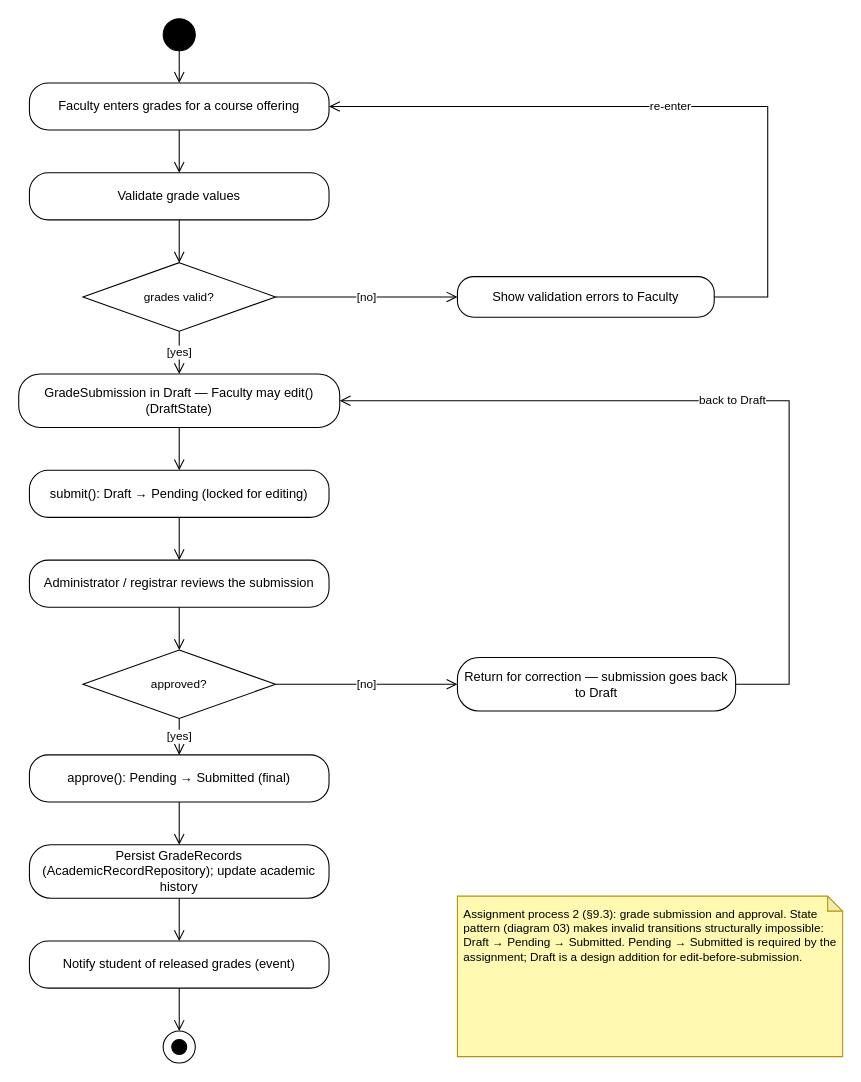
Tharusha-dev/soft_architect_redda keeps this draw.io diagram as Diagrams/Activity_diagrams/act-5-academic-records.drawio. Above is the earlier version. Source tidied: cells renumbered, new cells numbered last; positions are measured from the earlier drawing's top-left corner, leaving out a move shared by most shapes. Both pictures are drawn from the tidied source at 107%, with x=0, y=0 at pixel (18, 18).
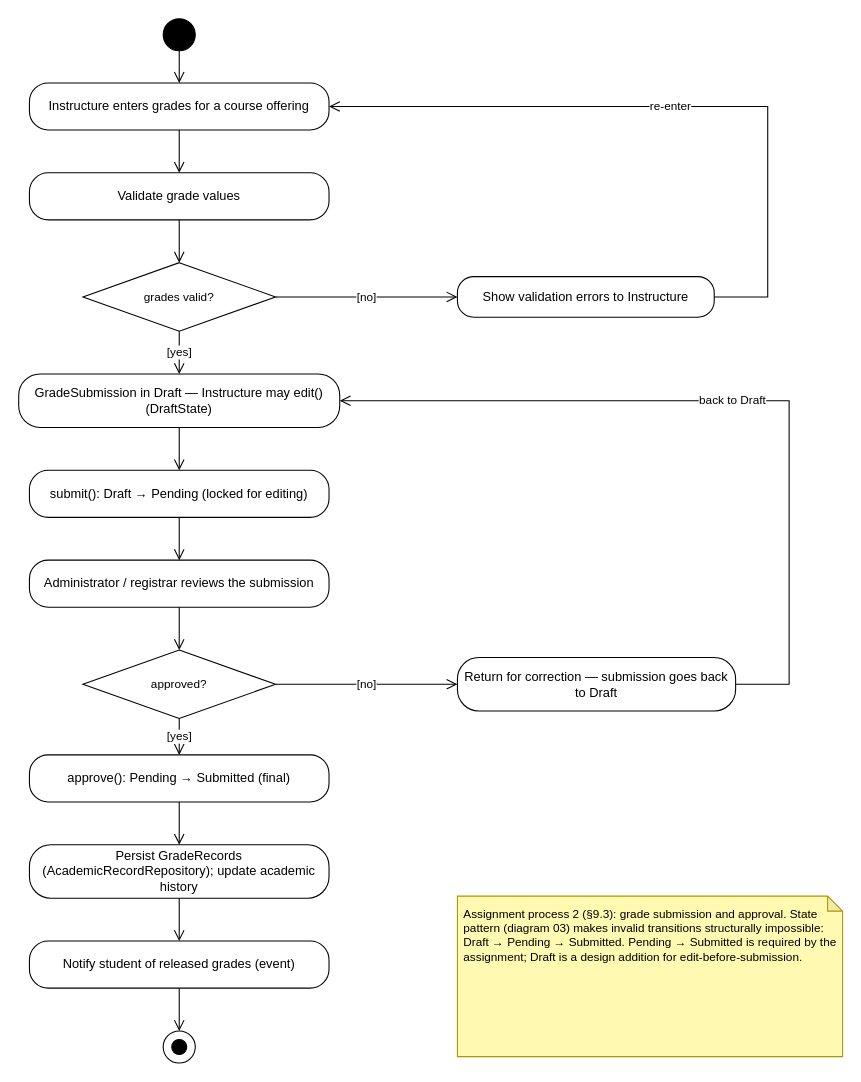
The same page after the edit.

What changed in the source:
```diff
@@
-    <mxCell id="3" value="Faculty enters grades for a course offering" style="rounded=1;whiteSpace=wrap;html=1;arcSize=40;" parent="1" vertex="1">
+    <mxCell id="3" value="Instructure enters grades for a course offering" style="rounded=1;whiteSpace=wrap;html=1;arcSize=40;" parent="1" vertex="1">
       <mxGeometry x="10" y="60" width="280" height="44" as="geometry" />
     </mxCell>
@@
-    <mxCell id="6" value="Show validation errors to Faculty" style="rounded=1;whiteSpace=wrap;html=1;arcSize=40;" parent="1" vertex="1">
+    <mxCell id="6" value="Show validation errors to Instructure" style="rounded=1;whiteSpace=wrap;html=1;arcSize=40;" parent="1" vertex="1">
       <mxGeometry x="410" y="241" width="240" height="38" as="geometry" />
     </mxCell>
-    <mxCell id="7" value="GradeSubmission in Draft — Faculty may edit() (DraftState)" style="rounded=1;whiteSpace=wrap;html=1;arcSize=40;" parent="1" vertex="1">
+    <mxCell id="7" value="GradeSubmission in Draft — Instructure may edit() (DraftState)" style="rounded=1;whiteSpace=wrap;html=1;arcSize=40;" parent="1" vertex="1">
       <mxGeometry y="332" width="300" height="50" as="geometry" />
     </mxCell>
```
